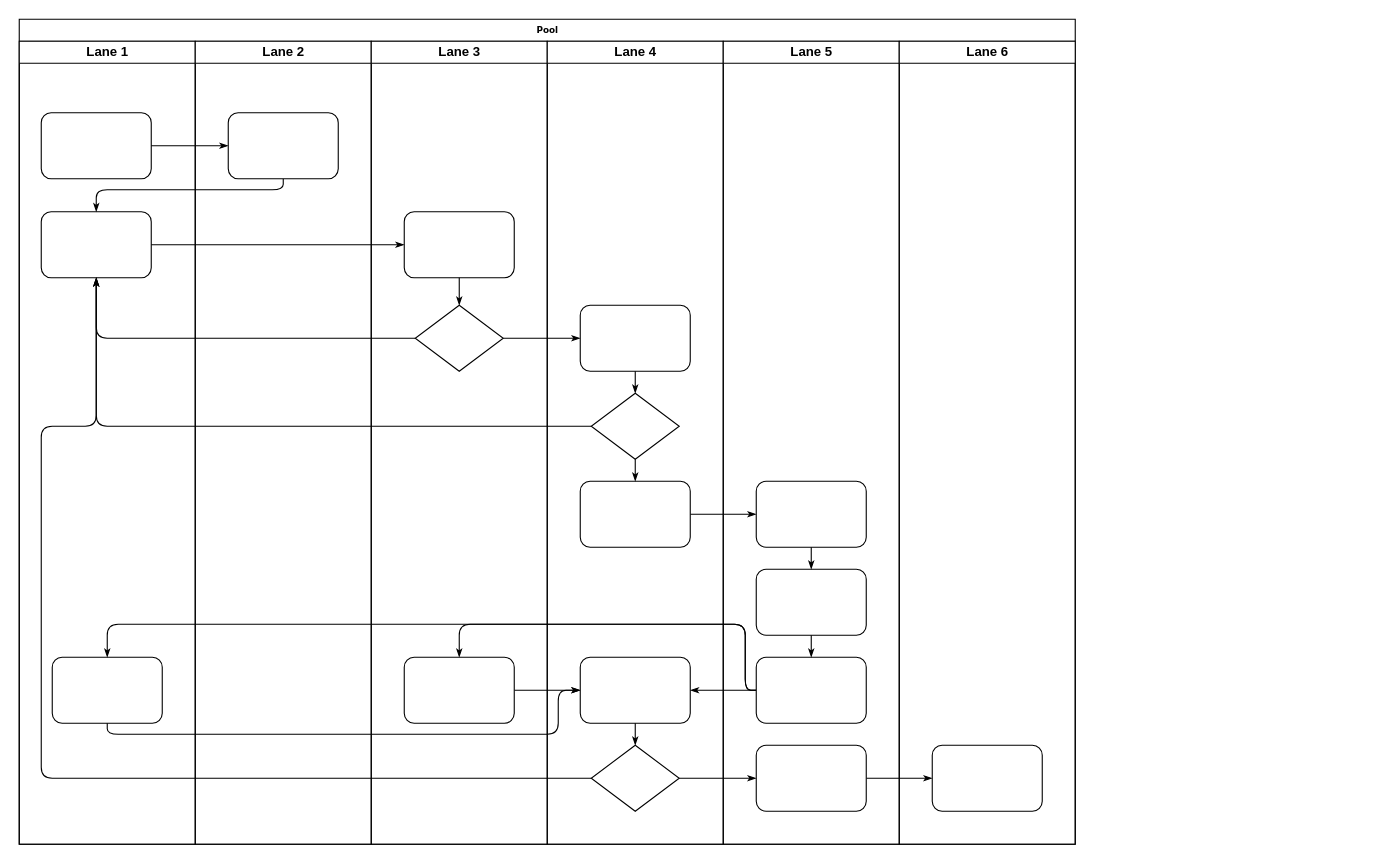
Before: all/未命名绘图.drawio in lucygao2023/iodraw-files, a draw.io diagram. Source tidied: cells renumbered, new cells numbered last; positions are measured from the earlier drawing's top-left corner, leaving out a move shared by most shapes. Both pictures are drawn from the tidied source at 110%, with x=0, y=0 at pixel (19, 19). Pictures stored in the file or linked from it are replaced by grey dashed boxes.
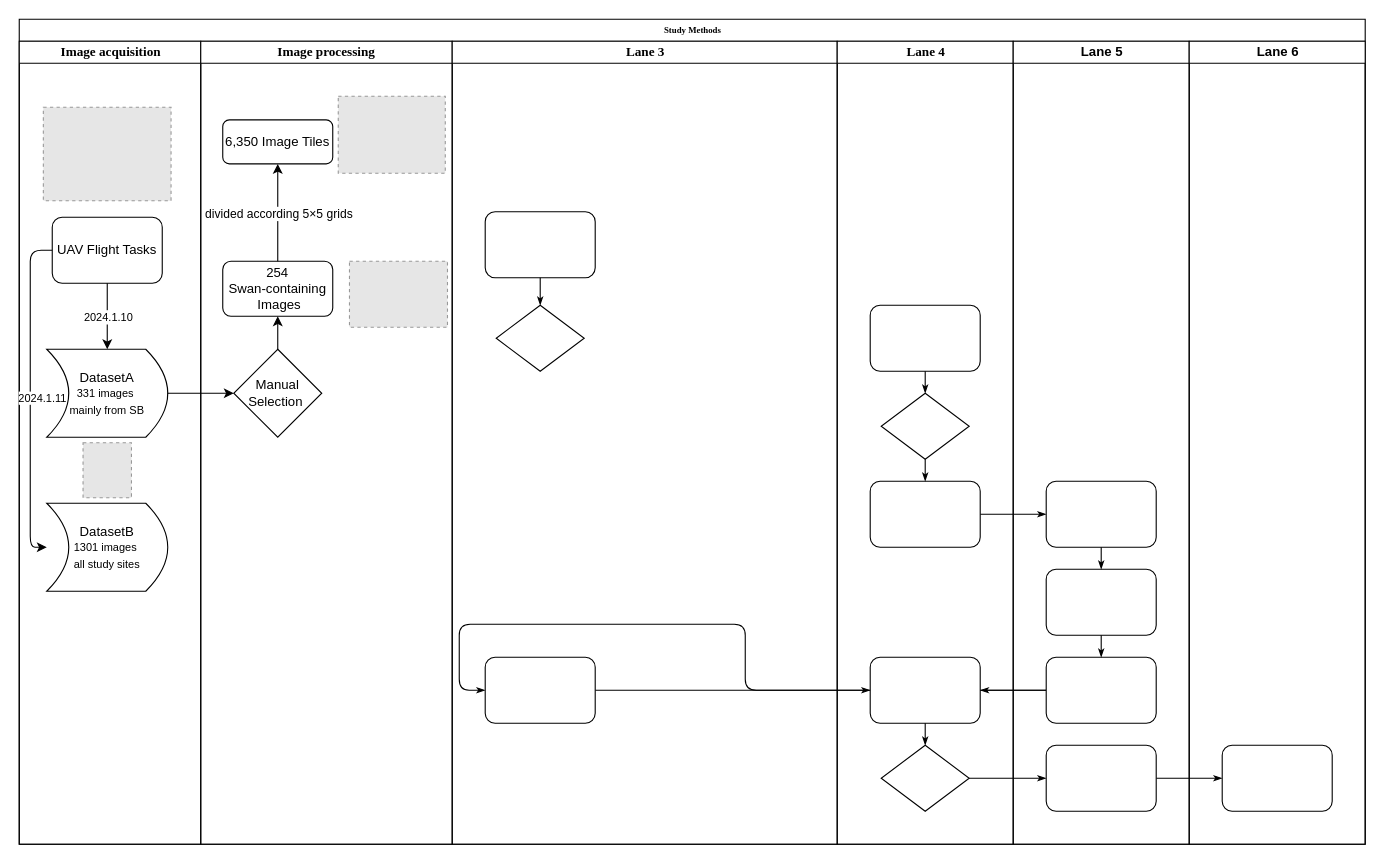
After the change.

Unchanged cells that the change refers to:
```xml
<mxCell id="25" style="rounded=1;whiteSpace=wrap;html=1;shadow=0;labelBackgroundColor=none;strokeWidth=1;fontFamily=Verdana;fontSize=8;align=center;" parent="24" vertex="1">
  <mxGeometry x="30" y="155" width="100" height="60" as="geometry" />
</mxCell>
<mxCell id="26" style="rhombus;whiteSpace=wrap;html=1;rounded=0;shadow=0;labelBackgroundColor=none;strokeWidth=1;fontFamily=Verdana;fontSize=8;align=center;" parent="24" vertex="1">
  <mxGeometry x="40" y="240" width="80" height="60" as="geometry" />
</mxCell>
<mxCell id="30" style="rounded=1;whiteSpace=wrap;html=1;shadow=0;labelBackgroundColor=none;strokeWidth=1;fontFamily=Verdana;fontSize=8;align=center;" parent="29" vertex="1">
  <mxGeometry x="30" y="240" width="100" height="60" as="geometry" />
</mxCell>
<mxCell id="31" style="rhombus;whiteSpace=wrap;html=1;rounded=0;shadow=0;labelBackgroundColor=none;strokeWidth=1;fontFamily=Verdana;fontSize=8;align=center;" parent="29" vertex="1">
  <mxGeometry x="40" y="320" width="80" height="60" as="geometry" />
</mxCell>
<mxCell id="33" style="rounded=1;whiteSpace=wrap;html=1;shadow=0;labelBackgroundColor=none;strokeWidth=1;fontFamily=Verdana;fontSize=8;align=center;" parent="29" vertex="1">
  <mxGeometry x="30" y="560" width="100" height="60" as="geometry" />
</mxCell>
<mxCell id="34" style="rhombus;whiteSpace=wrap;html=1;rounded=0;shadow=0;labelBackgroundColor=none;strokeWidth=1;fontFamily=Verdana;fontSize=8;align=center;" parent="29" vertex="1">
  <mxGeometry x="40" y="640" width="80" height="60" as="geometry" />
</mxCell>
<mxCell id="41" style="rounded=1;whiteSpace=wrap;html=1;shadow=0;labelBackgroundColor=none;strokeWidth=1;fontFamily=Verdana;fontSize=8;align=center;" parent="38" vertex="1">
  <mxGeometry x="30" y="560" width="100" height="60" as="geometry" />
</mxCell>
```

Change to the diagram source:
```diff
@@
-    <mxCell id="2" value="Pool" style="swimlane;html=1;startSize=20;rounded=0;shadow=0;labelBackgroundColor=none;strokeWidth=1;fontFamily=Verdana;fontSize=8;align=center;" parent="1" vertex="1">
-      <mxGeometry width="960" height="750" as="geometry" />
+    <mxCell id="2" value="&lt;font face=&quot;Times New Roman&quot;&gt;Study Methods&lt;/font&gt;" style="swimlane;html=1;startSize=20;rounded=0;shadow=0;labelBackgroundColor=none;strokeWidth=1;fontFamily=Verdana;fontSize=8;align=center;" parent="1" vertex="1">
+      <mxGeometry width="1223.6" height="750" as="geometry" />
     </mxCell>
-    <mxCell id="3" value="Lane 1" style="swimlane;html=1;startSize=20;" parent="2" vertex="1">
-      <mxGeometry y="20" width="160" height="730" as="geometry" />
-    </mxCell>
-    <mxCell id="4" style="rounded=1;whiteSpace=wrap;html=1;shadow=0;labelBackgroundColor=none;strokeWidth=1;fontFamily=Verdana;fontSize=8;align=center;" parent="3" vertex="1">
-      <mxGeometry x="20" y="65" width="100" height="60" as="geometry" />
-    </mxCell>
-    <mxCell id="5" style="rounded=1;whiteSpace=wrap;html=1;shadow=0;labelBackgroundColor=none;strokeWidth=1;fontFamily=Verdana;fontSize=8;align=center;" parent="3" vertex="1">
-      <mxGeometry x="20" y="155" width="100" height="60" as="geometry" />
-    </mxCell>
-    <mxCell id="6" style="rounded=1;whiteSpace=wrap;html=1;shadow=0;labelBackgroundColor=none;strokeWidth=1;fontFamily=Verdana;fontSize=8;align=center;" parent="3" vertex="1">
-      <mxGeometry x="30" y="560" width="100" height="60" as="geometry" />
-    </mxCell>
-    <mxCell id="7" style="edgeStyle=orthogonalEdgeStyle;rounded=1;html=1;labelBackgroundColor=none;startArrow=none;startFill=0;startSize=5;endArrow=classicThin;endFill=1;endSize=5;jettySize=auto;strokeWidth=1;fontFamily=Verdana;fontSize=8;" parent="2" edge="1" source="4" target="23">
-      <mxGeometry relative="1" as="geometry" />
-    </mxCell>
-    <mxCell id="8" style="edgeStyle=orthogonalEdgeStyle;rounded=1;html=1;labelBackgroundColor=none;startArrow=none;startFill=0;startSize=5;endArrow=classicThin;endFill=1;endSize=5;jettySize=auto;strokeWidth=1;fontFamily=Verdana;fontSize=8;" parent="2" edge="1" source="23" target="5">
-      <mxGeometry relative="1" as="geometry">
-        <Array as="points">
-          <mxPoint x="240" y="155" />
-          <mxPoint x="70" y="155" />
-        </Array>
-      </mxGeometry>
-    </mxCell>
-    <mxCell id="9" style="edgeStyle=orthogonalEdgeStyle;rounded=1;html=1;labelBackgroundColor=none;startArrow=none;startFill=0;startSize=5;endArrow=classicThin;endFill=1;endSize=5;jettySize=auto;strokeWidth=1;fontFamily=Verdana;fontSize=8;" parent="2" edge="1" source="5" target="25">
-      <mxGeometry relative="1" as="geometry" />
-    </mxCell>
-    <mxCell id="10" style="edgeStyle=orthogonalEdgeStyle;rounded=1;html=1;labelBackgroundColor=none;startArrow=none;startFill=0;startSize=5;endArrow=classicThin;endFill=1;endSize=5;jettySize=auto;strokeWidth=1;fontFamily=Verdana;fontSize=8;" parent="2" edge="1" source="26" target="5">
-      <mxGeometry relative="1" as="geometry" />
-    </mxCell>
-    <mxCell id="11" style="edgeStyle=orthogonalEdgeStyle;rounded=1;html=1;labelBackgroundColor=none;startArrow=none;startFill=0;startSize=5;endArrow=classicThin;endFill=1;endSize=5;jettySize=auto;strokeWidth=1;fontFamily=Verdana;fontSize=8;" parent="2" edge="1" source="31" target="5">
-      <mxGeometry relative="1" as="geometry" />
-    </mxCell>
-    <mxCell id="12" style="edgeStyle=orthogonalEdgeStyle;rounded=1;html=1;labelBackgroundColor=none;startArrow=none;startFill=0;startSize=5;endArrow=classicThin;endFill=1;endSize=5;jettySize=auto;strokeWidth=1;fontFamily=Verdana;fontSize=8;" parent="2" edge="1" source="34" target="5">
-      <mxGeometry relative="1" as="geometry">
-        <Array as="points">
-          <mxPoint x="20" y="690" />
-          <mxPoint x="20" y="370" />
-          <mxPoint x="70" y="370" />
-        </Array>
-      </mxGeometry>
-    </mxCell>
-    <mxCell id="13" style="edgeStyle=orthogonalEdgeStyle;rounded=1;html=1;labelBackgroundColor=none;startArrow=none;startFill=0;startSize=5;endArrow=classicThin;endFill=1;endSize=5;jettySize=auto;strokeWidth=1;fontFamily=Verdana;fontSize=8;" parent="2" edge="1" source="26" target="30">
-      <mxGeometry relative="1" as="geometry" />
-    </mxCell>
@@
-    <mxCell id="19" style="edgeStyle=orthogonalEdgeStyle;rounded=1;html=1;labelBackgroundColor=none;startArrow=none;startFill=0;startSize=5;endArrow=classicThin;endFill=1;endSize=5;jettySize=auto;strokeWidth=1;fontFamily=Verdana;fontSize=8;" parent="2" edge="1" source="41" target="6">
-      <mxGeometry relative="1" as="geometry">
-        <Array as="points">
-          <mxPoint x="660" y="610" />
-          <mxPoint x="660" y="550" />
-          <mxPoint x="80" y="550" />
-        </Array>
-      </mxGeometry>
-    </mxCell>
-    <mxCell id="20" style="edgeStyle=orthogonalEdgeStyle;rounded=1;html=1;labelBackgroundColor=none;startArrow=none;startFill=0;startSize=5;endArrow=classicThin;endFill=1;endSize=5;jettySize=auto;strokeWidth=1;fontFamily=Verdana;fontSize=8;" parent="2" edge="1" source="6" target="33">
-      <mxGeometry relative="1" as="geometry">
-        <Array as="points">
-          <mxPoint x="80" y="650" />
-          <mxPoint x="490" y="650" />
-          <mxPoint x="490" y="610" />
-        </Array>
-      </mxGeometry>
-    </mxCell>
@@
+    <mxCell id="3" value="&lt;font face=&quot;Times New Roman&quot;&gt;Image acquisition&lt;/font&gt;" style="swimlane;html=1;startSize=20;" parent="2" vertex="1">
+      <mxGeometry y="20" width="165" height="730" as="geometry" />
+    </mxCell>
+    <mxCell id="4" value="&lt;font face=&quot;Symbol&quot; style=&quot;font-size: 12px;&quot;&gt;UAV Flight Tasks&lt;/font&gt;" style="rounded=1;whiteSpace=wrap;html=1;shadow=0;labelBackgroundColor=none;strokeWidth=1;fontFamily=Verdana;fontSize=8;align=center;" parent="3" vertex="1">
+      <mxGeometry x="30" y="160" width="100" height="60" as="geometry" />
+    </mxCell>
+    <mxCell id="47" style="fillColor=#E6E6E6;strokeColor=#999999;dashed=1;verticalLabelPosition=bottom;labelBackgroundColor=default;verticalAlign=top;" parent="3" vertex="1">
+      <mxGeometry x="21.9" y="60" width="116.1" height="85" as="geometry" />
+    </mxCell>
+    <mxCell id="48" style="endArrow=classic;html=1;rounded=0;exitX=0.5;exitY=1;exitDx=0;exitDy=0;entryX=0.5;entryY=0;entryDx=0;entryDy=0;" parent="3" edge="1" source="4" target="50">
+      <mxGeometry relative="1" as="geometry" />
+    </mxCell>
+    <mxCell id="49" value="&lt;font style=&quot;font-size: 10px;&quot; face=&quot;Symbol&quot;&gt;2024.1.10&lt;/font&gt;" style="edgeLabel;html=1;align=center;verticalAlign=middle;" parent="48" vertex="1">
+      <mxGeometry relative="1" as="geometry" />
+    </mxCell>
+    <mxCell id="50" value="&lt;font face=&quot;Symbol&quot;&gt;DatasetA&lt;/font&gt;&lt;div&gt;&lt;font style=&quot;font-size: 10px;&quot; face=&quot;Symbol&quot;&gt;331 images&amp;nbsp;&lt;br&gt;&lt;/font&gt;&lt;/div&gt;&lt;div&gt;&lt;font style=&quot;font-size: 10px;&quot; face=&quot;Symbol&quot;&gt;mainly from SB&lt;/font&gt;&lt;/div&gt;" style="shape=dataStorage;whiteSpace=wrap;html=1;fixedSize=1;size=20;flipH=1;" parent="3" vertex="1">
+      <mxGeometry x="25" y="280" width="110" height="80" as="geometry" />
+    </mxCell>
+    <mxCell id="51" style="endArrow=classic;html=1;rounded=1;exitX=0;exitY=0.5;exitDx=0;exitDy=0;edgeStyle=orthogonalEdgeStyle;entryX=0;entryY=0.5;entryDx=0;entryDy=0;curved=0;" parent="3" edge="1" source="4" target="53">
+      <mxGeometry relative="1" as="geometry">
+        <Array as="points">
+          <mxPoint x="10" y="190" />
+          <mxPoint x="10" y="460" />
+        </Array>
+      </mxGeometry>
+    </mxCell>
+    <mxCell id="52" value="2024.1.11" style="edgeLabel;html=1;align=center;verticalAlign=middle;fontFamily=Symbol;fontSize=10;" parent="51" vertex="1">
+      <mxGeometry relative="1" as="geometry">
+        <mxPoint x="10" as="offset" />
+      </mxGeometry>
+    </mxCell>
+    <mxCell id="53" value="&lt;font face=&quot;Symbol&quot;&gt;DatasetB&lt;/font&gt;&lt;div&gt;&lt;font style=&quot;font-size: 10px;&quot; face=&quot;Symbol&quot;&gt;1301 images&amp;nbsp;&lt;br&gt;&lt;/font&gt;&lt;/div&gt;&lt;div&gt;&lt;font size=&quot;1&quot; face=&quot;Symbol&quot;&gt;all study sites&lt;/font&gt;&lt;/div&gt;" style="shape=dataStorage;whiteSpace=wrap;html=1;fixedSize=1;size=20;flipH=1;" parent="3" vertex="1">
+      <mxGeometry x="25" y="420" width="110" height="80" as="geometry" />
+    </mxCell>
+    <mxCell id="54" style="fillColor=#E6E6E6;strokeColor=#999999;dashed=1;verticalLabelPosition=bottom;labelBackgroundColor=default;verticalAlign=top;" parent="3" vertex="1">
+      <mxGeometry x="58" y="365" width="44" height="50" as="geometry" />
+    </mxCell>
-    <mxCell id="22" value="Lane 2" style="swimlane;html=1;startSize=20;" parent="2" vertex="1">
-      <mxGeometry x="160" y="20" width="160" height="730" as="geometry" />
+    <mxCell id="22" value="&lt;font face=&quot;Times New Roman&quot;&gt;Image processing&lt;/font&gt;" style="swimlane;html=1;startSize=20;" parent="2" vertex="1">
+      <mxGeometry x="165" y="20" width="228.6" height="730" as="geometry" />
     </mxCell>
-    <mxCell id="23" style="rounded=1;whiteSpace=wrap;html=1;shadow=0;labelBackgroundColor=none;strokeWidth=1;fontFamily=Verdana;fontSize=8;align=center;" parent="22" vertex="1">
-      <mxGeometry x="30" y="65" width="100" height="60" as="geometry" />
+    <mxCell id="23" value="&lt;div&gt;254&lt;br&gt;&lt;/div&gt;Swan-containing&lt;div&gt;&amp;nbsp;Images&lt;/div&gt;" style="rounded=1;whiteSpace=wrap;html=1;shadow=0;labelBackgroundColor=none;strokeWidth=1;fontFamily=Symbol;fontSize=12;align=center;" parent="22" vertex="1">
+      <mxGeometry x="20" y="200" width="100" height="50" as="geometry" />
     </mxCell>
+    <mxCell id="55" style="edgeStyle=orthogonalEdgeStyle;rounded=0;jettySize=auto;html=1;exitX=0.5;exitY=0;exitDx=0;exitDy=0;entryX=0.5;entryY=1;entryDx=0;entryDy=0;" parent="22" edge="1" source="56" target="23">
+      <mxGeometry relative="1" as="geometry" />
+    </mxCell>
+    <mxCell id="56" value="Manual&lt;div&gt;Selection&amp;nbsp;&lt;/div&gt;" style="rhombus;whiteSpace=wrap;html=1;align=center;fontFamily=Symbol;" parent="22" vertex="1">
+      <mxGeometry x="30" y="280" width="80" height="80" as="geometry" />
+    </mxCell>
+    <mxCell id="57" style="fillColor=#E6E6E6;strokeColor=#999999;dashed=1;verticalLabelPosition=bottom;labelBackgroundColor=default;verticalAlign=top;" parent="22" vertex="1">
+      <mxGeometry x="135.2" y="200" width="89.1" height="60" as="geometry" />
+    </mxCell>
+    <mxCell id="58" style="endArrow=classic;html=1;rounded=0;exitX=0.5;exitY=0;exitDx=0;exitDy=0;entryX=0.5;entryY=1;entryDx=0;entryDy=0;" parent="22" edge="1" source="23" target="60">
+      <mxGeometry relative="1" as="geometry" />
+    </mxCell>
+    <mxCell id="59" value="&lt;font face=&quot;Arial&quot;&gt;divided according 5×5 grids&lt;/font&gt;" style="edgeLabel;html=1;align=center;verticalAlign=middle;" parent="58" vertex="1">
+      <mxGeometry relative="1" as="geometry" />
+    </mxCell>
+    <mxCell id="60" value="&lt;font face=&quot;Symbol&quot;&gt;6,350 Image Tiles&lt;/font&gt;" style="rounded=1;whiteSpace=wrap;html=1;" parent="22" vertex="1">
+      <mxGeometry x="20" y="71.5" width="100" height="40" as="geometry" />
+    </mxCell>
+    <mxCell id="61" style="fillColor=#E6E6E6;strokeColor=#999999;dashed=1;verticalLabelPosition=bottom;labelBackgroundColor=default;verticalAlign=top;" parent="22" vertex="1">
+      <mxGeometry x="125" y="50" width="97.3" height="70" as="geometry" />
+    </mxCell>
-    <mxCell id="24" value="Lane 3" style="swimlane;html=1;startSize=20;" parent="2" vertex="1">
-      <mxGeometry x="320" y="20" width="160" height="730" as="geometry" />
+    <mxCell id="24" value="&lt;font face=&quot;Times New Roman&quot;&gt;Lane 3&lt;/font&gt;" style="swimlane;html=1;startSize=20;" parent="2" vertex="1">
+      <mxGeometry x="393.6" y="20" width="350" height="730" as="geometry" />
     </mxCell>
@@
-    <mxCell id="29" value="Lane 4" style="swimlane;html=1;startSize=20;" parent="2" vertex="1">
-      <mxGeometry x="480" y="20" width="160" height="730" as="geometry" />
+    <mxCell id="29" value="&lt;font face=&quot;Times New Roman&quot;&gt;Lane 4&lt;/font&gt;" style="swimlane;html=1;startSize=20;" parent="2" vertex="1">
+      <mxGeometry x="743.6" y="20" width="160" height="730" as="geometry" />
     </mxCell>
@@
     <mxCell id="38" value="Lane 5" style="swimlane;html=1;startSize=20;" parent="2" vertex="1">
-      <mxGeometry x="640" y="20" width="160" height="730" as="geometry" />
+      <mxGeometry x="903.6" y="20" width="160" height="730" as="geometry" />
     </mxCell>
@@
     <mxCell id="45" value="Lane 6" style="swimlane;html=1;startSize=20;" parent="2" vertex="1">
-      <mxGeometry x="800" y="20" width="160" height="730" as="geometry" />
+      <mxGeometry x="1063.6" y="20" width="160" height="730" as="geometry" />
     </mxCell>
@@
+    <mxCell id="62" style="edgeStyle=orthogonalEdgeStyle;rounded=0;jettySize=auto;html=1;entryX=0;entryY=0.5;entryDx=0;entryDy=0;" parent="2" edge="1" source="50" target="56">
+      <mxGeometry relative="1" as="geometry" />
+    </mxCell>
```
